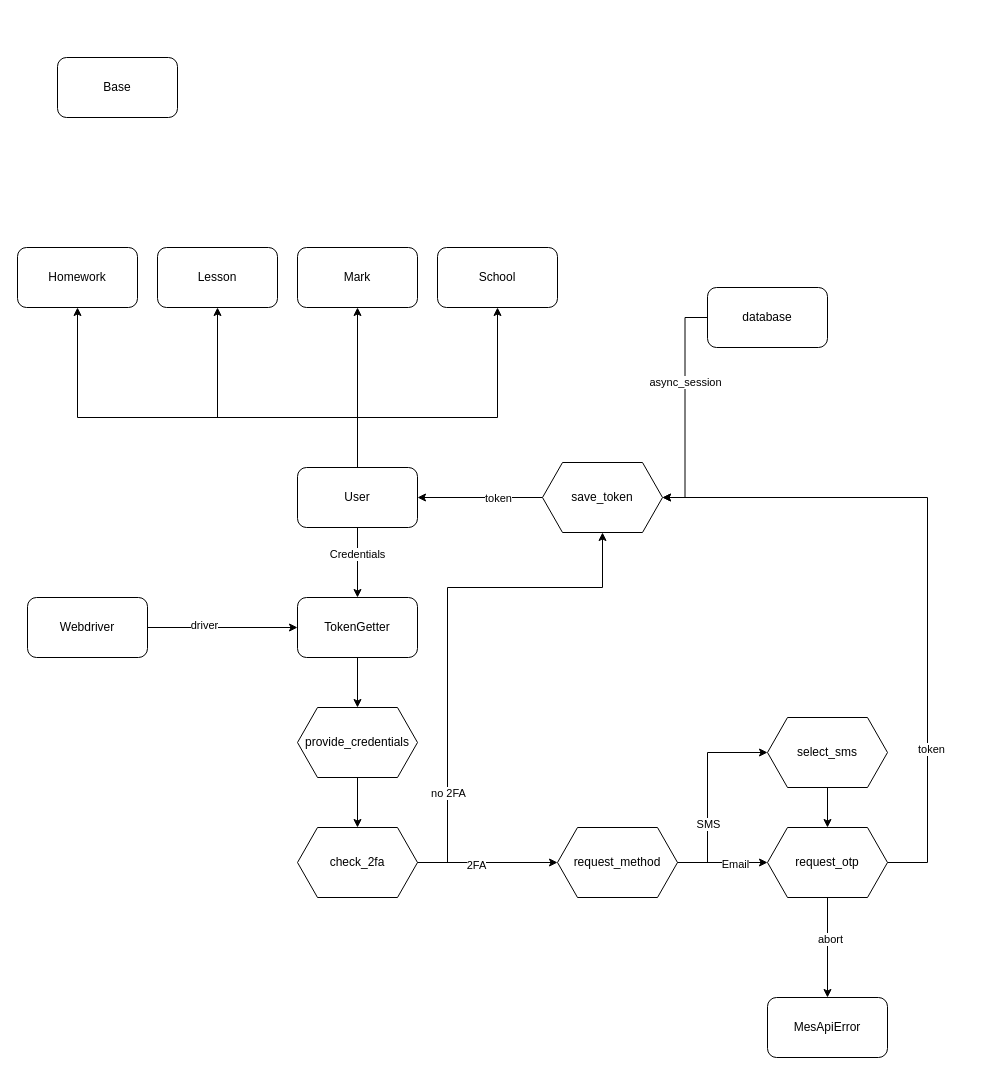
Before: MES.drawio in Mootfrost777/Diagrams, a draw.io diagram. Source tidied: cells renumbered, new cells numbered last; positions are measured from the earlier drawing's top-left corner, leaving out a move shared by most shapes. Both pictures are drawn from the tidied source at 100%, with x=0, y=0 at pixel (17, 57).
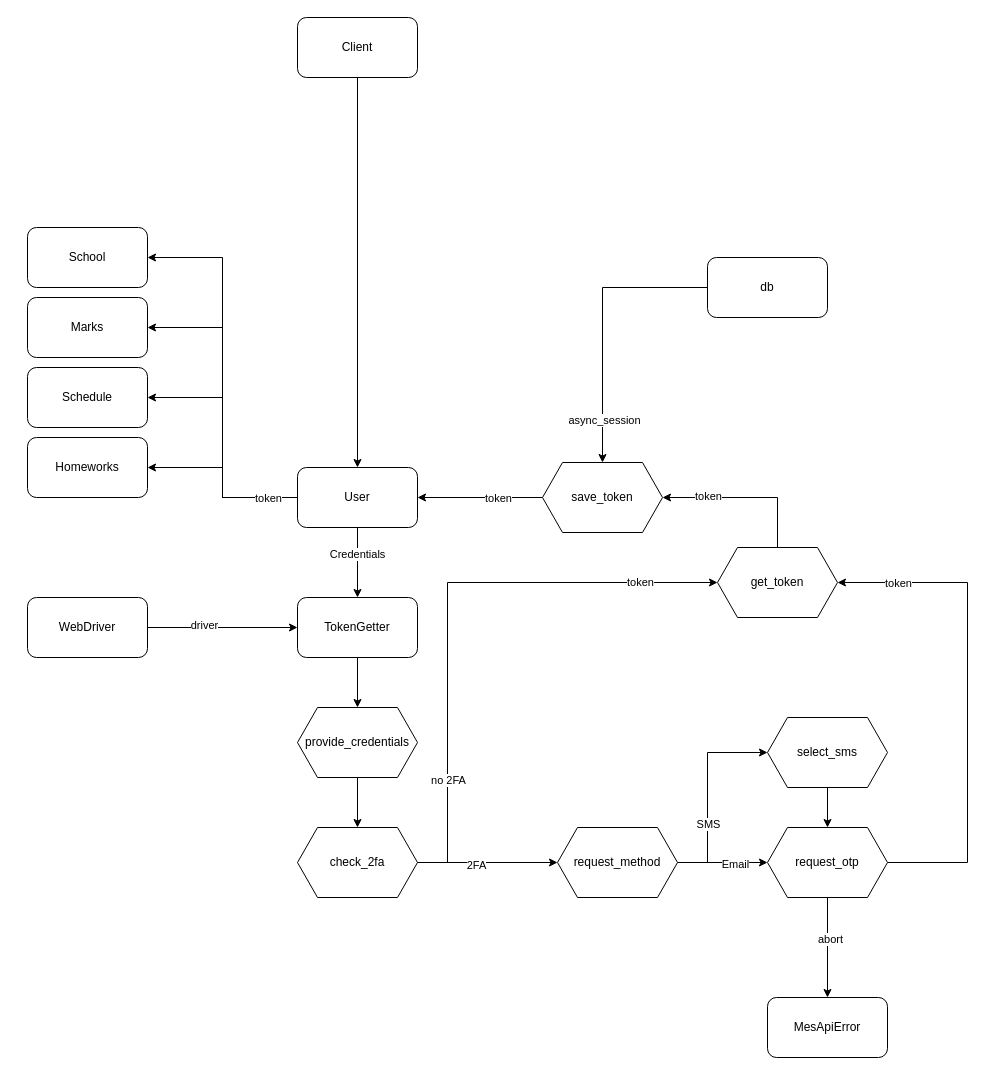
After the change.

The change refers to these unchanged cells:
```xml
<mxCell id="13" value="User" style="rounded=1;whiteSpace=wrap;html=1;" parent="1" vertex="1">
  <mxGeometry x="280" y="410" width="120" height="60" as="geometry" />
</mxCell>
<mxCell id="24" value="save_token" style="shape=hexagon;perimeter=hexagonPerimeter2;whiteSpace=wrap;html=1;fixedSize=1;" parent="1" vertex="1">
  <mxGeometry x="525" y="405" width="120" height="70" as="geometry" />
</mxCell>
<mxCell id="34" value="request_otp" style="shape=hexagon;perimeter=hexagonPerimeter2;whiteSpace=wrap;html=1;fixedSize=1;" parent="1" vertex="1">
  <mxGeometry x="750" y="770" width="120" height="70" as="geometry" />
</mxCell>
<mxCell id="41" value="check_2fa" style="shape=hexagon;perimeter=hexagonPerimeter2;whiteSpace=wrap;html=1;fixedSize=1;" parent="1" vertex="1">
  <mxGeometry x="280" y="770" width="120" height="70" as="geometry" />
</mxCell>
```

Diff of the diagram source:
```diff
@@
-    <mxCell id="2" value="Base" style="rounded=1;whiteSpace=wrap;html=1;" parent="1" vertex="1">
-      <mxGeometry x="40" width="120" height="60" as="geometry" />
-    </mxCell>
-    <mxCell id="3" value="Homework" style="rounded=1;whiteSpace=wrap;html=1;" parent="1" vertex="1">
-      <mxGeometry y="190" width="120" height="60" as="geometry" />
+    <mxCell id="3" value="Homeworks" style="rounded=1;whiteSpace=wrap;html=1;" parent="1" vertex="1">
+      <mxGeometry x="10" y="380" width="120" height="60" as="geometry" />
     </mxCell>
-    <mxCell id="4" value="Lesson" style="rounded=1;whiteSpace=wrap;html=1;" parent="1" vertex="1">
-      <mxGeometry x="140" y="190" width="120" height="60" as="geometry" />
+    <mxCell id="4" value="Schedule" style="rounded=1;whiteSpace=wrap;html=1;" parent="1" vertex="1">
+      <mxGeometry x="10" y="310" width="120" height="60" as="geometry" />
     </mxCell>
-    <mxCell id="5" value="Mark" style="rounded=1;whiteSpace=wrap;html=1;" parent="1" vertex="1">
-      <mxGeometry x="280" y="190" width="120" height="60" as="geometry" />
+    <mxCell id="5" value="Marks" style="rounded=1;whiteSpace=wrap;html=1;" parent="1" vertex="1">
+      <mxGeometry x="10" y="240" width="120" height="60" as="geometry" />
     </mxCell>
     <mxCell id="6" value="School" style="rounded=1;whiteSpace=wrap;html=1;" parent="1" vertex="1">
-      <mxGeometry x="420" y="190" width="120" height="60" as="geometry" />
+      <mxGeometry x="10" y="170" width="120" height="60" as="geometry" />
     </mxCell>
@@
-    <mxCell id="9" style="edgeStyle=orthogonalEdgeStyle;rounded=0;jettySize=auto;html=1;entryX=0.5;entryY=1;entryDx=0;entryDy=0;" parent="1" edge="1" source="13" target="3">
-      <mxGeometry relative="1" as="geometry">
-        <Array as="points">
-          <mxPoint x="340" y="360" />
-          <mxPoint x="60" y="360" />
-        </Array>
-      </mxGeometry>
+    <mxCell id="9" style="edgeStyle=orthogonalEdgeStyle;rounded=0;jettySize=auto;html=1;" parent="1" edge="1" source="13" target="3">
+      <mxGeometry relative="1" as="geometry" />
     </mxCell>
-    <mxCell id="10" style="edgeStyle=orthogonalEdgeStyle;rounded=0;jettySize=auto;html=1;entryX=0.5;entryY=1;entryDx=0;entryDy=0;" parent="1" edge="1" source="13" target="4">
-      <mxGeometry relative="1" as="geometry">
-        <Array as="points">
-          <mxPoint x="340" y="360" />
-          <mxPoint x="200" y="360" />
-        </Array>
-      </mxGeometry>
+    <mxCell id="10" style="edgeStyle=orthogonalEdgeStyle;rounded=0;jettySize=auto;html=1;entryX=1;entryY=0.5;entryDx=0;entryDy=0;" parent="1" edge="1" source="13" target="4">
+      <mxGeometry relative="1" as="geometry" />
     </mxCell>
-    <mxCell id="11" style="edgeStyle=orthogonalEdgeStyle;rounded=0;jettySize=auto;html=1;entryX=0.5;entryY=1;entryDx=0;entryDy=0;" parent="1" edge="1" source="13" target="5">
+    <mxCell id="11" style="edgeStyle=orthogonalEdgeStyle;rounded=0;jettySize=auto;html=1;entryX=1;entryY=0.5;entryDx=0;entryDy=0;" parent="1" edge="1" source="13" target="5">
       <mxGeometry relative="1" as="geometry" />
     </mxCell>
-    <mxCell id="12" style="edgeStyle=orthogonalEdgeStyle;rounded=0;jettySize=auto;html=1;entryX=0.5;entryY=1;entryDx=0;entryDy=0;" parent="1" edge="1" source="13" target="6">
-      <mxGeometry relative="1" as="geometry">
-        <Array as="points">
-          <mxPoint x="340" y="360" />
-          <mxPoint x="480" y="360" />
-        </Array>
-      </mxGeometry>
+    <mxCell id="12" style="edgeStyle=orthogonalEdgeStyle;rounded=0;jettySize=auto;html=1;entryX=1;entryY=0.5;entryDx=0;entryDy=0;" parent="1" edge="1" source="13" target="6">
+      <mxGeometry relative="1" as="geometry" />
     </mxCell>
+    <mxCell id="45" value="token" style="edgeLabel;html=1;align=center;verticalAlign=middle;" parent="12" vertex="1">
+      <mxGeometry x="-0.92" y="-2" relative="1" as="geometry">
+        <mxPoint x="-14" y="2" as="offset" />
+      </mxGeometry>
+    </mxCell>
@@
-    <mxCell id="27" style="edgeStyle=orthogonalEdgeStyle;rounded=0;jettySize=auto;html=1;entryX=1;entryY=0.5;entryDx=0;entryDy=0;" parent="1" edge="1" source="29" target="24">
+    <mxCell id="27" style="edgeStyle=orthogonalEdgeStyle;rounded=0;jettySize=auto;html=1;entryX=0.5;entryY=0;entryDx=0;entryDy=0;" parent="1" edge="1" source="29" target="24">
       <mxGeometry relative="1" as="geometry" />
     </mxCell>
     <mxCell id="28" value="async_session" style="edgeLabel;html=1;align=center;verticalAlign=middle;" parent="27" vertex="1">
-      <mxGeometry x="-0.23" relative="1" as="geometry" />
+      <mxGeometry x="0.69" y="1" relative="1" as="geometry" />
     </mxCell>
-    <mxCell id="29" value="database" style="rounded=1;whiteSpace=wrap;html=1;" parent="1" vertex="1">
-      <mxGeometry x="690" y="230" width="120" height="60" as="geometry" />
+    <mxCell id="29" value="db" style="rounded=1;whiteSpace=wrap;html=1;" parent="1" vertex="1">
+      <mxGeometry x="690" y="200" width="120" height="60" as="geometry" />
     </mxCell>
@@
-    <mxCell id="32" style="edgeStyle=orthogonalEdgeStyle;rounded=0;jettySize=auto;html=1;entryX=1;entryY=0.5;entryDx=0;entryDy=0;" parent="1" edge="1" source="34" target="24">
-      <mxGeometry relative="1" as="geometry">
-        <Array as="points">
-          <mxPoint x="910" y="805" />
-          <mxPoint x="910" y="440" />
-        </Array>
-      </mxGeometry>
-    </mxCell>
-    <mxCell id="33" value="token" style="edgeLabel;html=1;align=center;verticalAlign=middle;" parent="32" vertex="1">
-      <mxGeometry x="-0.54" y="-3" relative="1" as="geometry" />
-    </mxCell>
+    <mxCell id="46" style="edgeStyle=orthogonalEdgeStyle;rounded=0;jettySize=auto;html=1;entryX=1;entryY=0.5;entryDx=0;entryDy=0;" parent="1" edge="1" source="34" target="51">
+      <mxGeometry relative="1" as="geometry">
+        <Array as="points">
+          <mxPoint x="950" y="805" />
+          <mxPoint x="950" y="525" />
+        </Array>
+      </mxGeometry>
+    </mxCell>
+    <mxCell id="47" value="token" style="edgeLabel;html=1;align=center;verticalAlign=middle;" parent="46" vertex="1">
+      <mxGeometry x="0.84" y="-2" relative="1" as="geometry">
+        <mxPoint x="21" y="2" as="offset" />
+      </mxGeometry>
+    </mxCell>
@@
-    <mxCell id="39" style="edgeStyle=orthogonalEdgeStyle;rounded=0;jettySize=auto;html=1;entryX=0.5;entryY=1;entryDx=0;entryDy=0;" parent="1" edge="1" source="41" target="24">
+    <mxCell id="39" style="edgeStyle=orthogonalEdgeStyle;rounded=0;jettySize=auto;html=1;entryX=0;entryY=0.5;entryDx=0;entryDy=0;" parent="1" edge="1" source="41" target="51">
       <mxGeometry relative="1" as="geometry">
         <Array as="points">
           <mxPoint x="430" y="805" />
-          <mxPoint x="430" y="530" />
-          <mxPoint x="585" y="530" />
+          <mxPoint x="430" y="525" />
         </Array>
       </mxGeometry>
     </mxCell>
@@
+    <mxCell id="48" value="token" style="edgeLabel;html=1;align=center;verticalAlign=middle;" parent="39" vertex="1">
+      <mxGeometry x="0.73" y="1" relative="1" as="geometry" />
+    </mxCell>
@@
-    <mxCell id="44" value="Webdriver" style="rounded=1;whiteSpace=wrap;html=1;" parent="1" vertex="1">
+    <mxCell id="44" value="WebDriver" style="rounded=1;whiteSpace=wrap;html=1;" parent="1" vertex="1">
       <mxGeometry x="10" y="540" width="120" height="60" as="geometry" />
     </mxCell>
+    <mxCell id="49" style="edgeStyle=orthogonalEdgeStyle;rounded=0;jettySize=auto;html=1;entryX=1;entryY=0.5;entryDx=0;entryDy=0;" parent="1" edge="1" source="51" target="24">
+      <mxGeometry relative="1" as="geometry">
+        <Array as="points">
+          <mxPoint x="760" y="440" />
+        </Array>
+      </mxGeometry>
+    </mxCell>
+    <mxCell id="50" value="token" style="edgeLabel;html=1;align=center;verticalAlign=middle;" parent="49" vertex="1">
+      <mxGeometry x="0.45" y="-2" relative="1" as="geometry" />
+    </mxCell>
+    <mxCell id="51" value="get_token" style="shape=hexagon;perimeter=hexagonPerimeter2;whiteSpace=wrap;html=1;fixedSize=1;" parent="1" vertex="1">
+      <mxGeometry x="700" y="490" width="120" height="70" as="geometry" />
+    </mxCell>
+    <mxCell id="52" style="edgeStyle=orthogonalEdgeStyle;rounded=0;jettySize=auto;html=1;entryX=0.5;entryY=0;entryDx=0;entryDy=0;" parent="1" edge="1" source="53" target="13">
+      <mxGeometry relative="1" as="geometry" />
+    </mxCell>
+    <mxCell id="53" value="Client" style="rounded=1;whiteSpace=wrap;html=1;" parent="1" vertex="1">
+      <mxGeometry x="280" y="-40" width="120" height="60" as="geometry" />
+    </mxCell>
```
